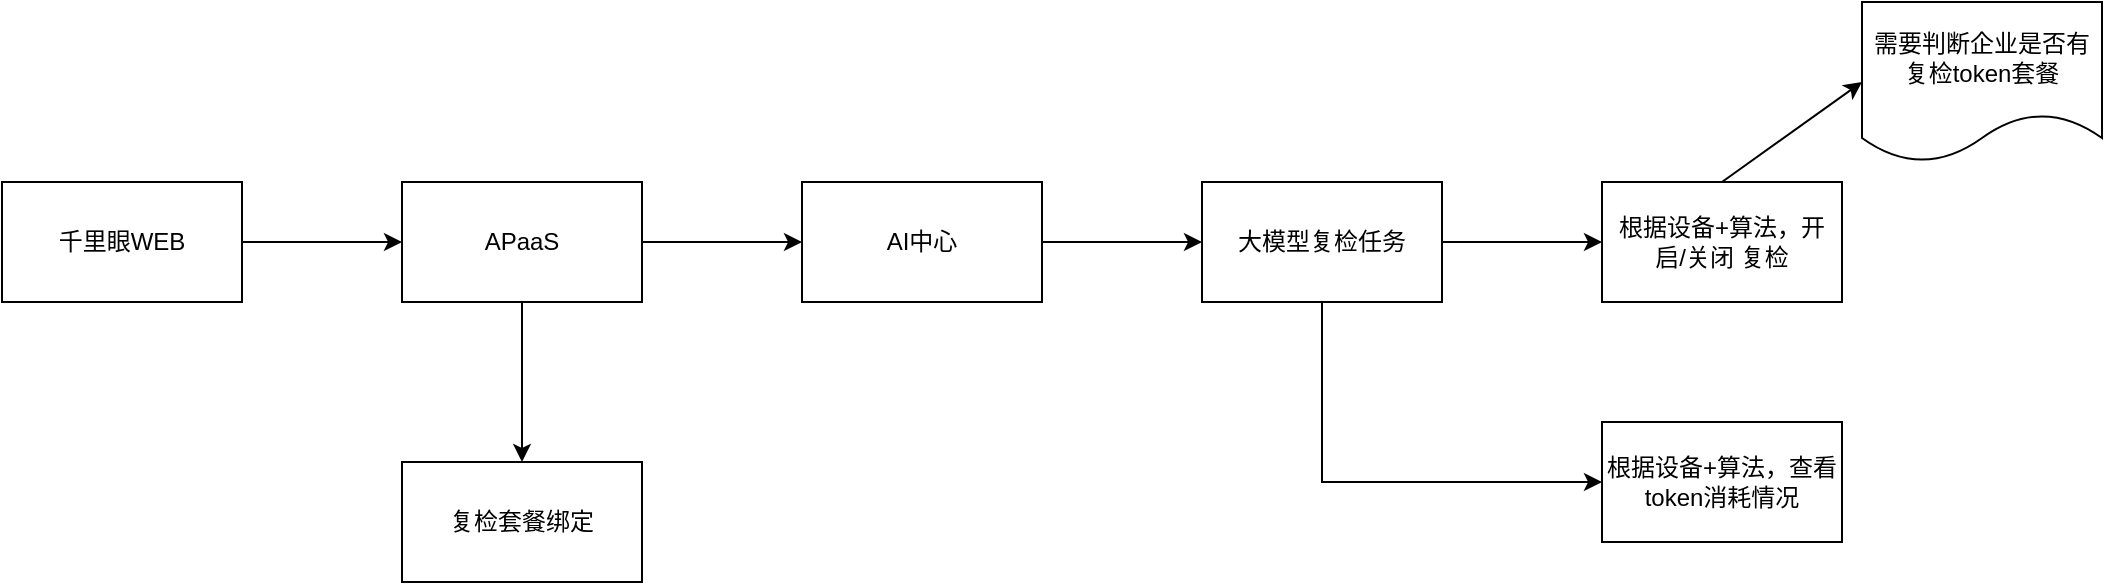
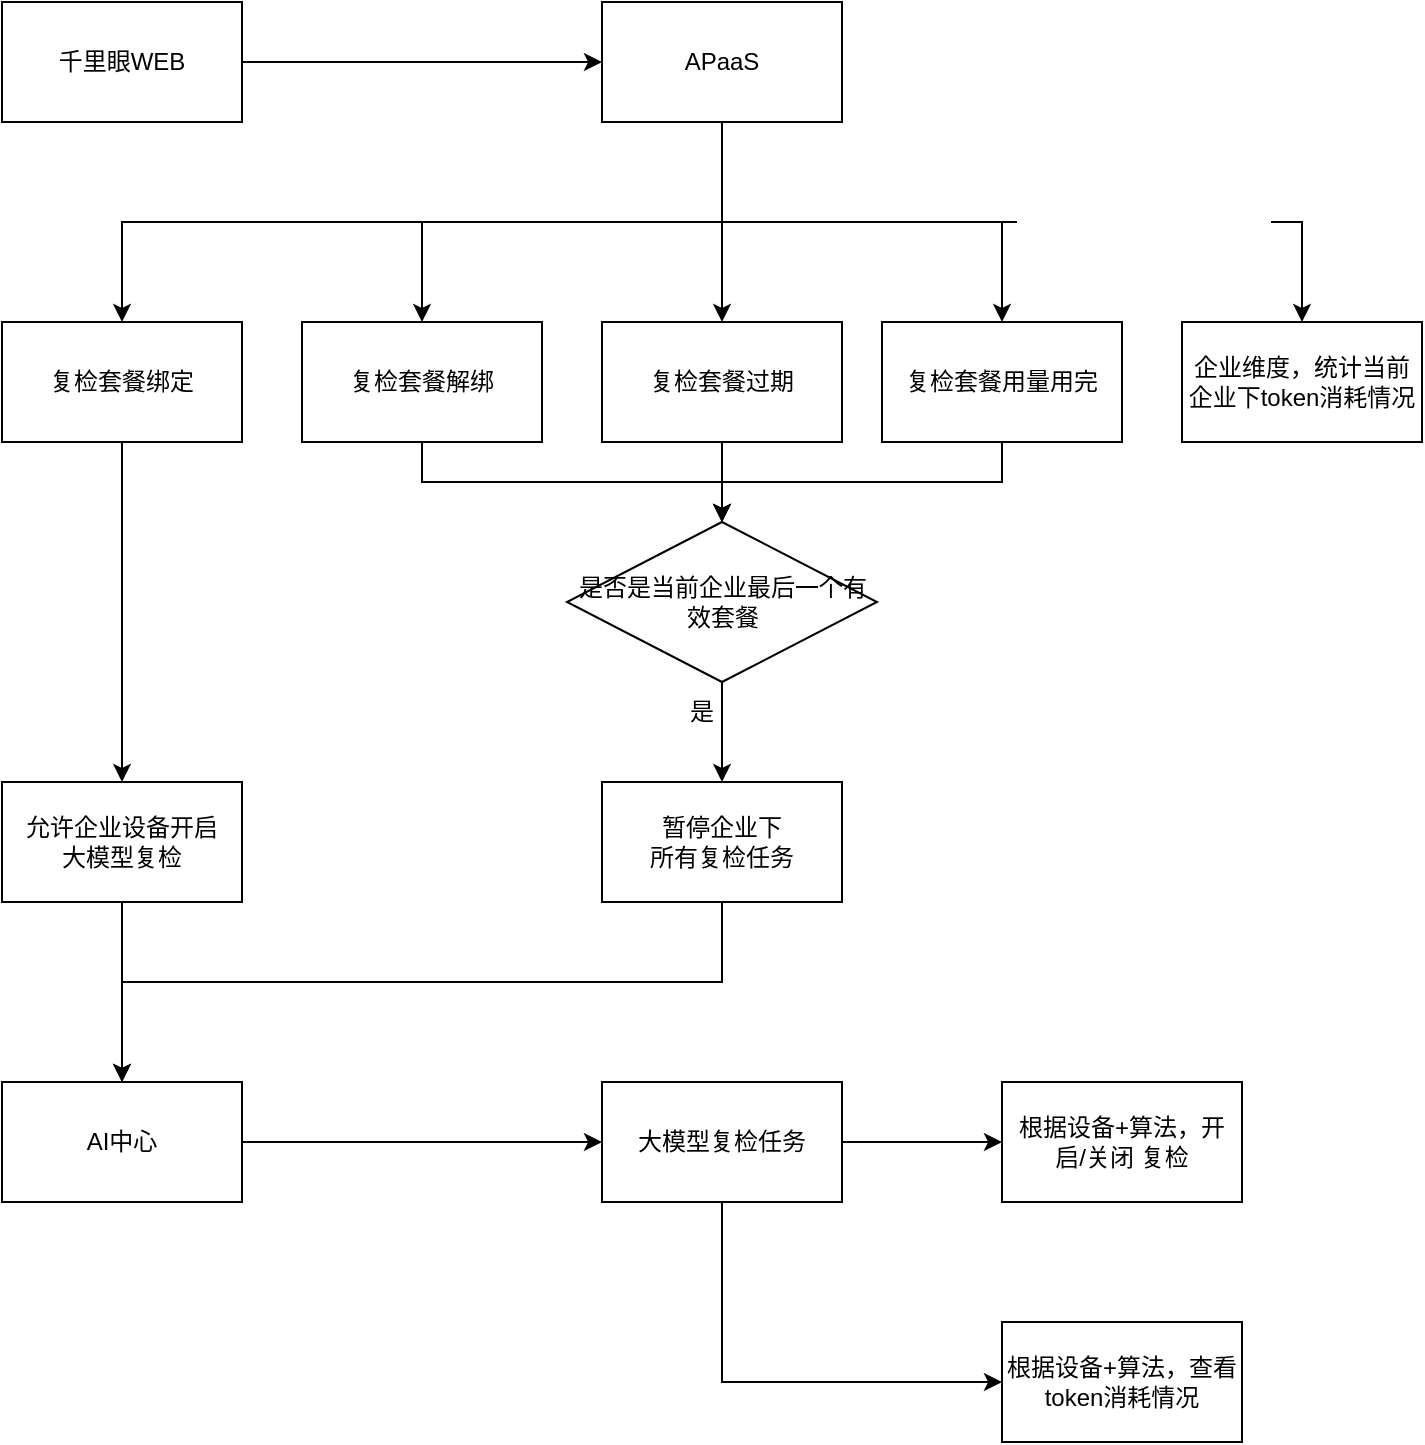
<mxfile host="app.diagrams.net">
  <diagram name="第 1 页" id="B7ahN9cDKbozdCwhIITV">
-     <mxGraphModel dx="699" dy="1640" grid="1" gridSize="10" guides="1" tooltips="1" connect="1" arrows="1" fold="1" page="1" pageScale="1" pageWidth="827" pageHeight="1169" math="0" shadow="0">
+     <mxGraphModel dx="999" dy="2343" grid="1" gridSize="10" guides="1" tooltips="1" connect="1" arrows="1" fold="1" page="1" pageScale="1" pageWidth="827" pageHeight="1169" math="0" shadow="0">
      <root>
        <mxCell id="0" />
        <mxCell id="1" parent="0" />
        <mxCell id="jgY99621CtuC86DU_Nq7-3" edge="1" parent="1" source="jgY99621CtuC86DU_Nq7-1" style="edgeStyle=orthogonalEdgeStyle;rounded=0;orthogonalLoop=1;jettySize=auto;html=1;" target="jgY99621CtuC86DU_Nq7-2" value="">
          <mxGeometry relative="1" as="geometry" />
        </mxCell>
        <mxCell id="jgY99621CtuC86DU_Nq7-1" parent="1" style="rounded=0;whiteSpace=wrap;html=1;" value="千里眼WEB" vertex="1">
          <mxGeometry height="60" width="120" x="50" y="220" as="geometry" />
        </mxCell>
-         <mxCell id="jgY99621CtuC86DU_Nq7-5" edge="1" parent="1" source="jgY99621CtuC86DU_Nq7-2" style="edgeStyle=orthogonalEdgeStyle;rounded=0;orthogonalLoop=1;jettySize=auto;html=1;" target="jgY99621CtuC86DU_Nq7-4" value="">
-           <mxGeometry relative="1" as="geometry" />
+         <mxCell id="jgY99621CtuC86DU_Nq7-13" edge="1" parent="1" source="jgY99621CtuC86DU_Nq7-2" style="edgeStyle=orthogonalEdgeStyle;rounded=0;orthogonalLoop=1;jettySize=auto;html=1;" target="jgY99621CtuC86DU_Nq7-12" value="">
+           <mxGeometry relative="1" as="geometry">
+             <Array as="points">
+               <mxPoint x="410" y="330" />
+               <mxPoint x="110" y="330" />
+             </Array>
+           </mxGeometry>
        </mxCell>
-         <mxCell id="jgY99621CtuC86DU_Nq7-13" edge="1" parent="1" source="jgY99621CtuC86DU_Nq7-2" style="edgeStyle=orthogonalEdgeStyle;rounded=0;orthogonalLoop=1;jettySize=auto;html=1;" target="jgY99621CtuC86DU_Nq7-12" value="">
-           <mxGeometry relative="1" as="geometry" />
+         <mxCell id="52GMIBf7cYbBIfFNqWJS-2" edge="1" parent="1" source="jgY99621CtuC86DU_Nq7-2" style="edgeStyle=orthogonalEdgeStyle;rounded=0;orthogonalLoop=1;jettySize=auto;html=1;entryX=0.5;entryY=0;entryDx=0;entryDy=0;" target="52GMIBf7cYbBIfFNqWJS-1">
+           <mxGeometry relative="1" as="geometry">
+             <Array as="points">
+               <mxPoint x="410" y="330" />
+               <mxPoint x="260" y="330" />
+             </Array>
+           </mxGeometry>
+         </mxCell>
+         <mxCell id="52GMIBf7cYbBIfFNqWJS-6" edge="1" parent="1" source="jgY99621CtuC86DU_Nq7-2" style="edgeStyle=orthogonalEdgeStyle;rounded=0;orthogonalLoop=1;jettySize=auto;html=1;entryX=0.5;entryY=0;entryDx=0;entryDy=0;exitX=0.5;exitY=1;exitDx=0;exitDy=0;" target="52GMIBf7cYbBIfFNqWJS-5">
+           <mxGeometry relative="1" as="geometry">
+             <mxPoint x="380" y="340" as="sourcePoint" />
+             <mxPoint x="510" y="470" as="targetPoint" />
+           </mxGeometry>
+         </mxCell>
+         <mxCell id="52GMIBf7cYbBIfFNqWJS-15" edge="1" parent="1" source="jgY99621CtuC86DU_Nq7-2" style="edgeStyle=orthogonalEdgeStyle;rounded=0;orthogonalLoop=1;jettySize=auto;html=1;" target="52GMIBf7cYbBIfFNqWJS-14">
+           <mxGeometry relative="1" as="geometry">
+             <Array as="points">
+               <mxPoint x="410" y="330" />
+               <mxPoint x="550" y="330" />
+             </Array>
+           </mxGeometry>
+         </mxCell>
+         <mxCell id="52GMIBf7cYbBIfFNqWJS-25" edge="1" parent="1" source="jgY99621CtuC86DU_Nq7-2" style="edgeStyle=orthogonalEdgeStyle;rounded=0;orthogonalLoop=1;jettySize=auto;html=1;" target="52GMIBf7cYbBIfFNqWJS-24" value="">
+           <mxGeometry relative="1" as="geometry">
+             <Array as="points">
+               <mxPoint x="410" y="330" />
+               <mxPoint x="700" y="330" />
+             </Array>
+           </mxGeometry>
        </mxCell>
        <mxCell id="jgY99621CtuC86DU_Nq7-2" parent="1" style="whiteSpace=wrap;html=1;rounded=0;" value="APaaS" vertex="1">
-           <mxGeometry height="60" width="120" x="250" y="220" as="geometry" />
+           <mxGeometry height="60" width="120" x="350" y="220" as="geometry" />
        </mxCell>
        <mxCell id="jgY99621CtuC86DU_Nq7-7" edge="1" parent="1" source="jgY99621CtuC86DU_Nq7-4" style="edgeStyle=orthogonalEdgeStyle;rounded=0;orthogonalLoop=1;jettySize=auto;html=1;" target="jgY99621CtuC86DU_Nq7-6" value="">
          <mxGeometry relative="1" as="geometry" />
        </mxCell>
        <mxCell id="jgY99621CtuC86DU_Nq7-4" parent="1" style="whiteSpace=wrap;html=1;rounded=0;" value="AI中心" vertex="1">
-           <mxGeometry height="60" width="120" x="450" y="220" as="geometry" />
+           <mxGeometry height="60" width="120" x="50" y="760" as="geometry" />
        </mxCell>
        <mxCell id="jgY99621CtuC86DU_Nq7-9" edge="1" parent="1" source="jgY99621CtuC86DU_Nq7-6" style="edgeStyle=orthogonalEdgeStyle;rounded=0;orthogonalLoop=1;jettySize=auto;html=1;" target="jgY99621CtuC86DU_Nq7-8" value="">
          <mxGeometry relative="1" as="geometry" />
        </mxCell>
        <mxCell id="jgY99621CtuC86DU_Nq7-11" edge="1" parent="1" source="jgY99621CtuC86DU_Nq7-6" style="edgeStyle=orthogonalEdgeStyle;rounded=0;orthogonalLoop=1;jettySize=auto;html=1;exitX=0.5;exitY=1;exitDx=0;exitDy=0;" target="jgY99621CtuC86DU_Nq7-10" value="">
          <mxGeometry relative="1" as="geometry">
            <Array as="points">
-               <mxPoint x="710" y="370" />
+               <mxPoint x="410" y="910" />
            </Array>
-             <mxPoint x="740" y="310" as="sourcePoint" />
+             <mxPoint x="440" y="850" as="sourcePoint" />
          </mxGeometry>
        </mxCell>
        <mxCell id="jgY99621CtuC86DU_Nq7-6" parent="1" style="whiteSpace=wrap;html=1;rounded=0;" value="大模型复检任务" vertex="1">
-           <mxGeometry height="60" width="120" x="650" y="220" as="geometry" />
+           <mxGeometry height="60" width="120" x="350" y="760" as="geometry" />
        </mxCell>
        <mxCell id="jgY99621CtuC86DU_Nq7-8" parent="1" style="whiteSpace=wrap;html=1;rounded=0;" value="根据设备+算法，开启/关闭 复检" vertex="1">
-           <mxGeometry height="60" width="120" x="850" y="220" as="geometry" />
+           <mxGeometry height="60" width="120" x="550" y="760" as="geometry" />
        </mxCell>
        <mxCell id="jgY99621CtuC86DU_Nq7-10" parent="1" style="whiteSpace=wrap;html=1;rounded=0;" value="根据设备+算法，查看token消耗情况" vertex="1">
-           <mxGeometry height="60" width="120" x="850" y="340" as="geometry" />
+           <mxGeometry height="60" width="120" x="550" y="880" as="geometry" />
+         </mxCell>
+         <mxCell id="52GMIBf7cYbBIfFNqWJS-21" edge="1" parent="1" source="jgY99621CtuC86DU_Nq7-12" style="edgeStyle=orthogonalEdgeStyle;rounded=0;orthogonalLoop=1;jettySize=auto;html=1;" target="52GMIBf7cYbBIfFNqWJS-20" value="">
+           <mxGeometry relative="1" as="geometry" />
        </mxCell>
        <mxCell id="jgY99621CtuC86DU_Nq7-12" parent="1" style="whiteSpace=wrap;html=1;rounded=0;" value="复检套餐绑定" vertex="1">
-           <mxGeometry height="60" width="120" x="250" y="360" as="geometry" />
+           <mxGeometry height="60" width="120" x="50" y="380" as="geometry" />
        </mxCell>
-         <mxCell id="jgY99621CtuC86DU_Nq7-14" parent="1" style="shape=document;whiteSpace=wrap;html=1;boundedLbl=1;" value="需要判断企业是否有复检token套餐" vertex="1">
-           <mxGeometry height="80" width="120" x="980" y="130" as="geometry" />
+         <mxCell id="52GMIBf7cYbBIfFNqWJS-4" edge="1" parent="1" source="52GMIBf7cYbBIfFNqWJS-1" style="edgeStyle=orthogonalEdgeStyle;rounded=0;orthogonalLoop=1;jettySize=auto;html=1;" target="52GMIBf7cYbBIfFNqWJS-3" value="">
+           <mxGeometry relative="1" as="geometry">
+             <Array as="points">
+               <mxPoint x="260" y="460" />
+               <mxPoint x="410" y="460" />
+             </Array>
+           </mxGeometry>
        </mxCell>
-         <mxCell id="jgY99621CtuC86DU_Nq7-15" edge="1" parent="1" style="endArrow=classic;html=1;rounded=0;entryX=0;entryY=0.5;entryDx=0;entryDy=0;" target="jgY99621CtuC86DU_Nq7-14" value="">
-           <mxGeometry height="50" relative="1" width="50" as="geometry">
-             <mxPoint x="910" y="220" as="sourcePoint" />
-             <mxPoint x="960" y="170" as="targetPoint" />
+         <mxCell id="52GMIBf7cYbBIfFNqWJS-1" parent="1" style="whiteSpace=wrap;html=1;rounded=0;" value="复检套餐解绑" vertex="1">
+           <mxGeometry height="60" width="120" x="200" y="380" as="geometry" />
+         </mxCell>
+         <mxCell id="52GMIBf7cYbBIfFNqWJS-8" edge="1" parent="1" source="52GMIBf7cYbBIfFNqWJS-3" style="edgeStyle=orthogonalEdgeStyle;rounded=0;orthogonalLoop=1;jettySize=auto;html=1;" target="52GMIBf7cYbBIfFNqWJS-7" value="">
+           <mxGeometry relative="1" as="geometry" />
+         </mxCell>
+         <mxCell id="52GMIBf7cYbBIfFNqWJS-3" parent="1" style="rhombus;whiteSpace=wrap;html=1;rounded=0;" value="是否是当前企业最后一个有效套餐" vertex="1">
+           <mxGeometry height="80" width="155" x="332.5" y="480" as="geometry" />
+         </mxCell>
+         <mxCell id="52GMIBf7cYbBIfFNqWJS-19" edge="1" parent="1" source="52GMIBf7cYbBIfFNqWJS-5" style="edgeStyle=orthogonalEdgeStyle;rounded=0;orthogonalLoop=1;jettySize=auto;html=1;" target="52GMIBf7cYbBIfFNqWJS-3" value="">
+           <mxGeometry relative="1" as="geometry" />
+         </mxCell>
+         <mxCell id="52GMIBf7cYbBIfFNqWJS-5" parent="1" style="rounded=0;whiteSpace=wrap;html=1;" value="复检套餐过期" vertex="1">
+           <mxGeometry height="60" width="120" x="350" y="380" as="geometry" />
+         </mxCell>
+         <mxCell id="52GMIBf7cYbBIfFNqWJS-23" edge="1" parent="1" source="52GMIBf7cYbBIfFNqWJS-7" style="edgeStyle=orthogonalEdgeStyle;rounded=0;orthogonalLoop=1;jettySize=auto;html=1;entryX=0.5;entryY=0;entryDx=0;entryDy=0;" target="jgY99621CtuC86DU_Nq7-4">
+           <mxGeometry relative="1" as="geometry">
+             <Array as="points">
+               <mxPoint x="410" y="710" />
+               <mxPoint x="110" y="710" />
+             </Array>
          </mxGeometry>
+         </mxCell>
+         <mxCell id="52GMIBf7cYbBIfFNqWJS-7" parent="1" style="rounded=0;whiteSpace=wrap;html=1;" value="暂停企业下&lt;br&gt;所有复检任务" vertex="1">
+           <mxGeometry height="60" width="120" x="350" y="610" as="geometry" />
+         </mxCell>
+         <mxCell id="52GMIBf7cYbBIfFNqWJS-9" parent="1" style="text;html=1;whiteSpace=wrap;strokeColor=none;fillColor=none;align=center;verticalAlign=middle;rounded=0;" value="是" vertex="1">
+           <mxGeometry height="30" width="60" x="370" y="560" as="geometry" />
+         </mxCell>
+         <mxCell id="52GMIBf7cYbBIfFNqWJS-18" edge="1" parent="1" source="52GMIBf7cYbBIfFNqWJS-14" style="edgeStyle=orthogonalEdgeStyle;rounded=0;orthogonalLoop=1;jettySize=auto;html=1;entryX=0.5;entryY=0;entryDx=0;entryDy=0;" target="52GMIBf7cYbBIfFNqWJS-3">
+           <mxGeometry relative="1" as="geometry">
+             <Array as="points">
+               <mxPoint x="550" y="460" />
+               <mxPoint x="410" y="460" />
+             </Array>
+           </mxGeometry>
+         </mxCell>
+         <mxCell id="52GMIBf7cYbBIfFNqWJS-14" parent="1" style="rounded=0;whiteSpace=wrap;html=1;" value="复检套餐用量用完" vertex="1">
+           <mxGeometry height="60" width="120" x="490" y="380" as="geometry" />
+         </mxCell>
+         <mxCell id="52GMIBf7cYbBIfFNqWJS-22" edge="1" parent="1" source="52GMIBf7cYbBIfFNqWJS-20" style="edgeStyle=orthogonalEdgeStyle;rounded=0;orthogonalLoop=1;jettySize=auto;html=1;" target="jgY99621CtuC86DU_Nq7-4">
+           <mxGeometry relative="1" as="geometry" />
+         </mxCell>
+         <mxCell id="52GMIBf7cYbBIfFNqWJS-20" parent="1" style="rounded=0;whiteSpace=wrap;html=1;" value="允许企业设备开启&lt;br&gt;大模型复检" vertex="1">
+           <mxGeometry height="60" width="120" x="50" y="610" as="geometry" />
+         </mxCell>
+         <mxCell id="52GMIBf7cYbBIfFNqWJS-24" parent="1" style="whiteSpace=wrap;html=1;rounded=0;" value="企业维度，统计当前企业下token消耗情况" vertex="1">
+           <mxGeometry height="60" width="120" x="640" y="380" as="geometry" />
        </mxCell>
      </root>
    </mxGraphModel>
  </diagram>
</mxfile>
